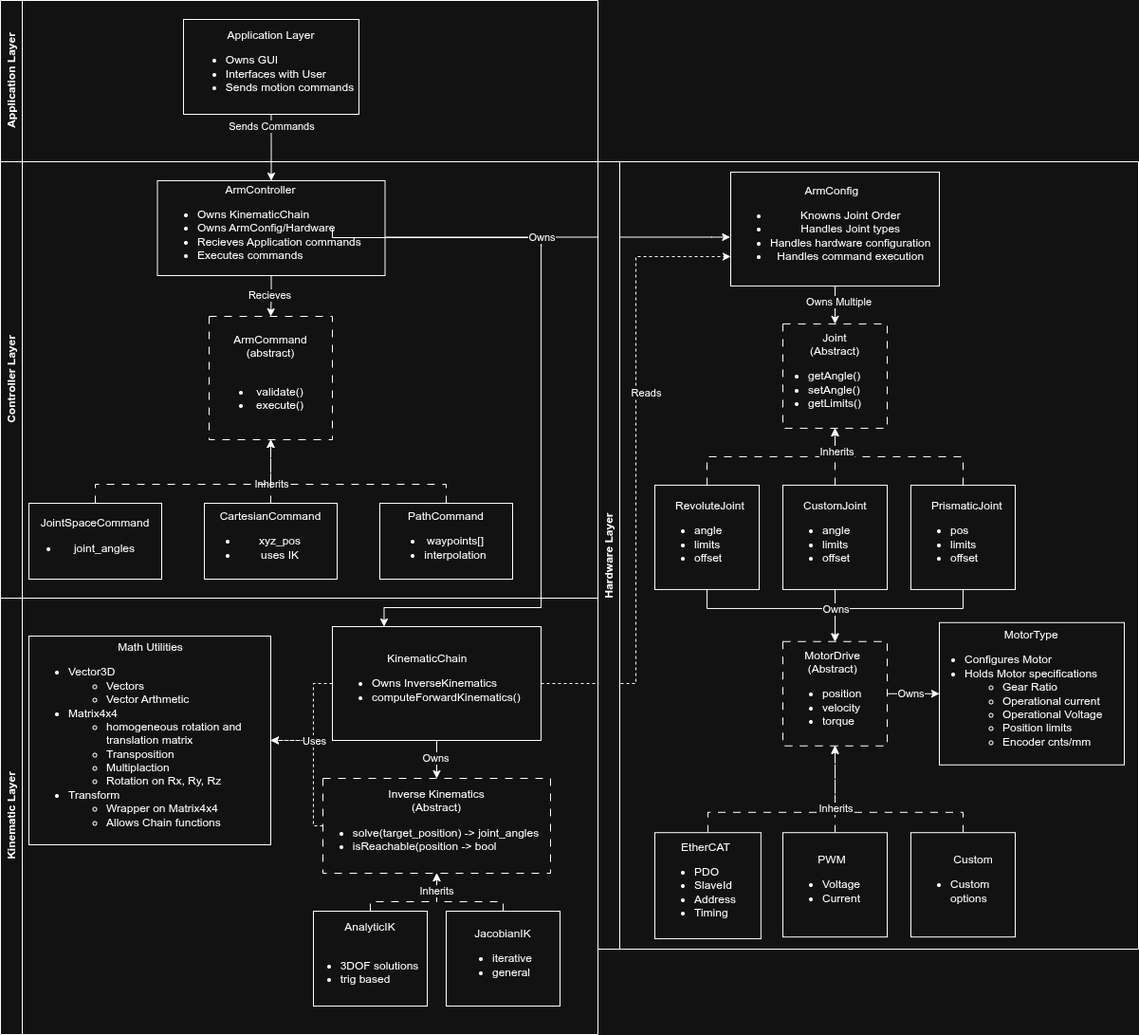
Xigmah/robotic_arm keeps this draw.io diagram as Full UML.png. Above is the earlier version. Source tidied: cells renumbered, new cells last; positions are measured from the earlier drawing's top-left corner, leaving out a move shared by most shapes.
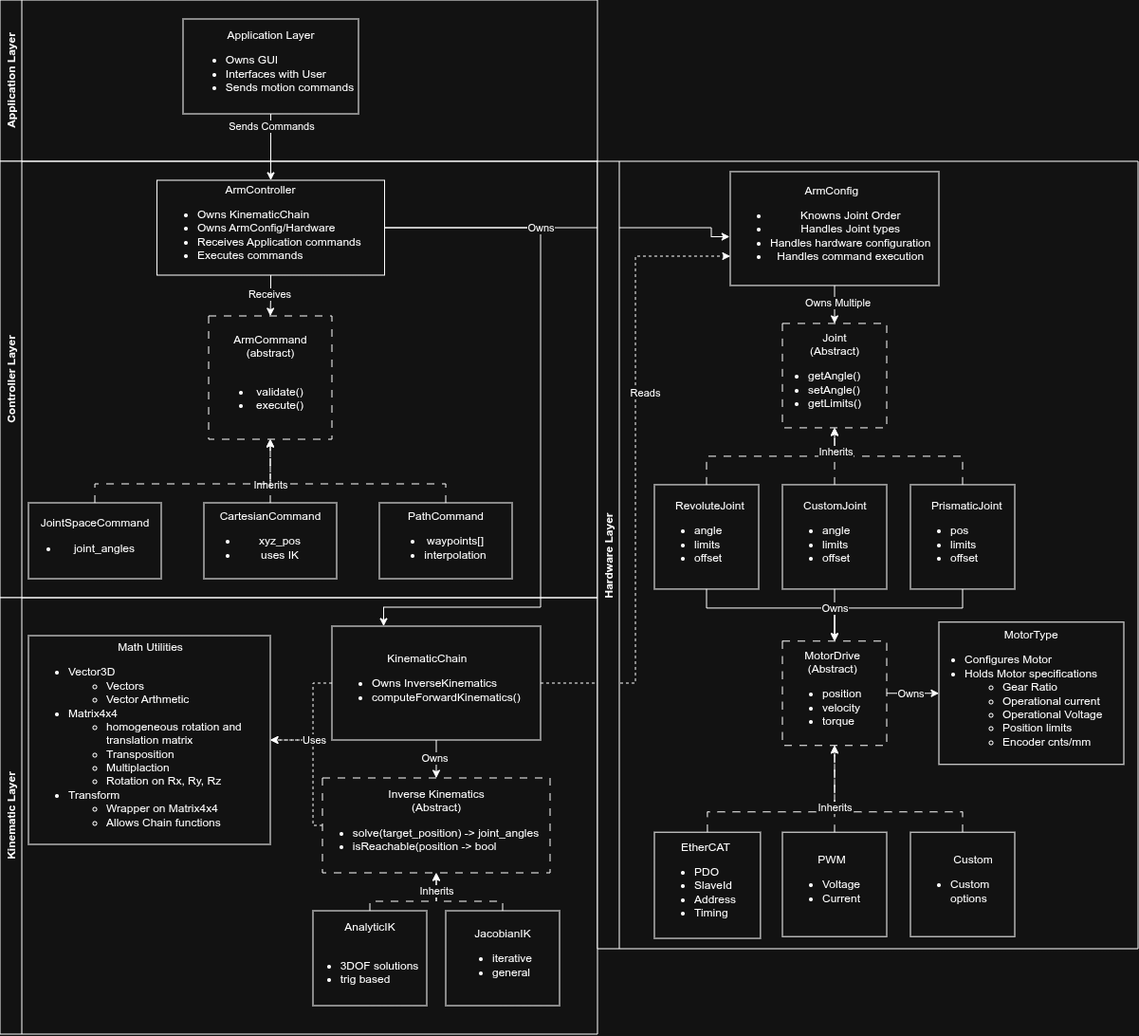
After the change.

Diff of the diagram source:
```diff
@@ -16,9 +16,10 @@
         <mxPoint x="10" y="-92" as="offset" />
       </mxGeometry>
     </mxCell>
-    <mxCell id="4" style="rounded=0;jettySize=auto;html=1;edgeStyle=orthogonalEdgeStyle;entryX=-0.003;entryY=0.571;entryDx=0;entryDy=0;entryPerimeter=0;" parent="1" edge="1" source="8" target="47">
+    <mxCell id="4" style="rounded=0;jettySize=auto;html=1;edgeStyle=orthogonalEdgeStyle;entryX=-0.003;entryY=0.571;entryDx=0;entryDy=0;entryPerimeter=0;exitX=1;exitY=0.5;exitDx=0;exitDy=0;" parent="1" edge="1" source="8" target="47">
       <mxGeometry relative="1" as="geometry">
         <Array as="points">
+          <mxPoint x="750" y="240" />
           <mxPoint x="750" y="250" />
         </Array>
       </mxGeometry>
@@ -32,7 +33,7 @@
     <mxCell id="7" value="Controller Layer" style="swimlane;horizontal=0;whiteSpace=wrap;html=1;" parent="1" vertex="1">
       <mxGeometry y="170" width="630" height="460" as="geometry" />
     </mxCell>
-    <mxCell id="8" value="&lt;div style=&quot;text-align: center;&quot;&gt;&lt;span style=&quot;background-color: transparent; color: light-dark(rgb(0, 0, 0), rgb(255, 255, 255));&quot;&gt;ArmController&lt;/span&gt;&lt;/div&gt;&lt;div&gt;&lt;ul&gt;&lt;li&gt;Owns KinematicChain&lt;/li&gt;&lt;li&gt;Owns ArmConfig/Hardware&lt;/li&gt;&lt;li&gt;Recieves Application commands&lt;/li&gt;&lt;li&gt;Executes commands&lt;/li&gt;&lt;/ul&gt;&lt;/div&gt;" style="rounded=0;whiteSpace=wrap;html=1;align=left;" parent="7" vertex="1">
+    <mxCell id="8" value="&lt;div style=&quot;text-align: center;&quot;&gt;&lt;span style=&quot;background-color: transparent; color: light-dark(rgb(0, 0, 0), rgb(255, 255, 255));&quot;&gt;ArmController&lt;/span&gt;&lt;/div&gt;&lt;div&gt;&lt;ul&gt;&lt;li&gt;Owns KinematicChain&lt;/li&gt;&lt;li&gt;Owns ArmConfig/Hardware&lt;/li&gt;&lt;li&gt;Receives Application commands&lt;/li&gt;&lt;li&gt;Executes commands&lt;/li&gt;&lt;/ul&gt;&lt;/div&gt;" style="rounded=0;whiteSpace=wrap;html=1;align=left;" parent="7" vertex="1">
       <mxGeometry x="165.5" y="20" width="240" height="100" as="geometry" />
     </mxCell>
     <mxCell id="9" value="JointSpaceCommand&lt;div&gt;&lt;ul style=&quot;padding-left: 20px;&quot;&gt;&lt;li&gt;joint_angles&lt;/li&gt;&lt;/ul&gt;&lt;/div&gt;" style="rounded=0;whiteSpace=wrap;html=1;" parent="7" vertex="1">
@@ -74,16 +75,14 @@
     <mxCell id="17" style="edgeStyle=orthogonalEdgeStyle;rounded=0;jettySize=auto;html=1;entryX=0.5;entryY=0;entryDx=0;entryDy=0;exitX=0.5;exitY=1;exitDx=0;exitDy=0;" parent="7" edge="1" source="8" target="12">
       <mxGeometry relative="1" as="geometry" />
     </mxCell>
-    <mxCell id="18" value="Recieves" style="edgeLabel;html=1;align=center;verticalAlign=middle;" parent="17" vertex="1">
+    <mxCell id="18" value="Receives" style="edgeLabel;html=1;align=center;verticalAlign=middle;" parent="17" vertex="1">
       <mxGeometry x="-0.08" y="-2" relative="1" as="geometry" />
     </mxCell>
-    <mxCell id="19" style="edgeStyle=orthogonalEdgeStyle;rounded=0;orthogonalLoop=1;jettySize=auto;html=1;exitX=1;exitY=0.5;exitDx=0;exitDy=0;entryX=0.5;entryY=0;entryDx=0;entryDy=0;" parent="7" edge="1">
+    <mxCell id="19" style="edgeStyle=orthogonalEdgeStyle;rounded=0;jettySize=auto;html=1;entryX=0.5;entryY=0;entryDx=0;entryDy=0;exitX=1;exitY=0.5;exitDx=0;exitDy=0;" parent="7" edge="1" source="8">
       <mxGeometry relative="1" as="geometry">
-        <mxPoint x="350" y="70" as="sourcePoint" />
         <mxPoint x="404.5" y="490" as="targetPoint" />
         <Array as="points">
-          <mxPoint x="350" y="80" />
-          <mxPoint x="570" y="80" />
+          <mxPoint x="570" y="70" />
           <mxPoint x="570" y="470" />
           <mxPoint x="404" y="470" />
         </Array>
@@ -91,7 +90,7 @@
     </mxCell>
     <mxCell id="20" value="Owns" style="edgeLabel;html=1;align=center;verticalAlign=middle;" parent="19" vertex="1">
       <mxGeometry x="-0.59" y="1" relative="1" as="geometry">
-        <mxPoint x="63" as="offset" />
+        <mxPoint x="9" y="1" as="offset" />
       </mxGeometry>
     </mxCell>
     <mxCell id="21" value="Kinematic Layer" style="swimlane;horizontal=0;whiteSpace=wrap;html=1;" parent="1" vertex="1">
```
